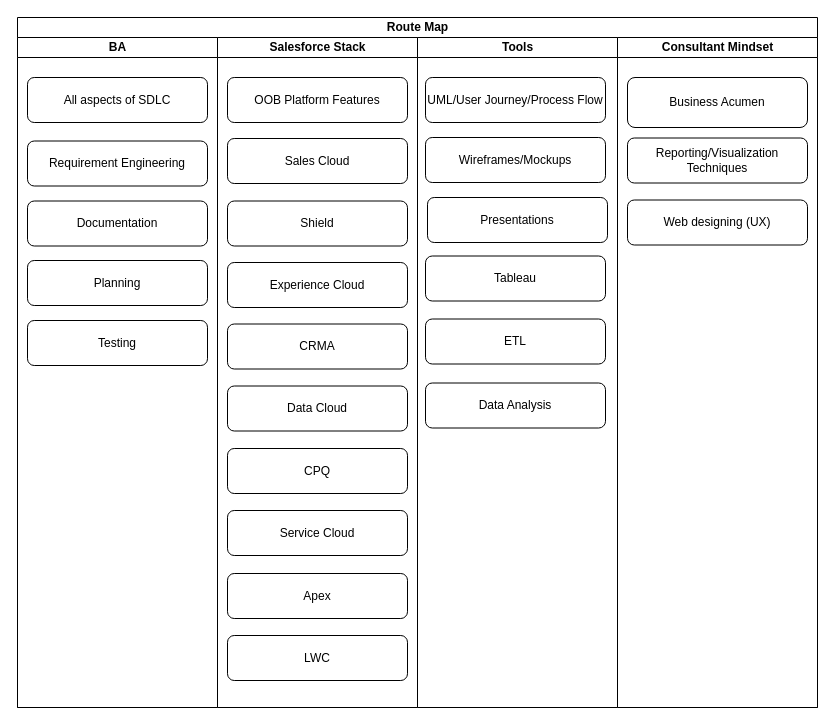
The draw.io diagram Untitled Diagram.drawio in devivaraprasad-ai/Hackathon_Uber_Fare_Prediction, before the edit. Source tidied: cells renumbered, new cells numbered last; positions are measured from the earlier drawing's top-left corner, leaving out a move shared by most shapes. Both pictures are drawn from the tidied source at 100%, with x=0, y=0 at pixel (17, 17).
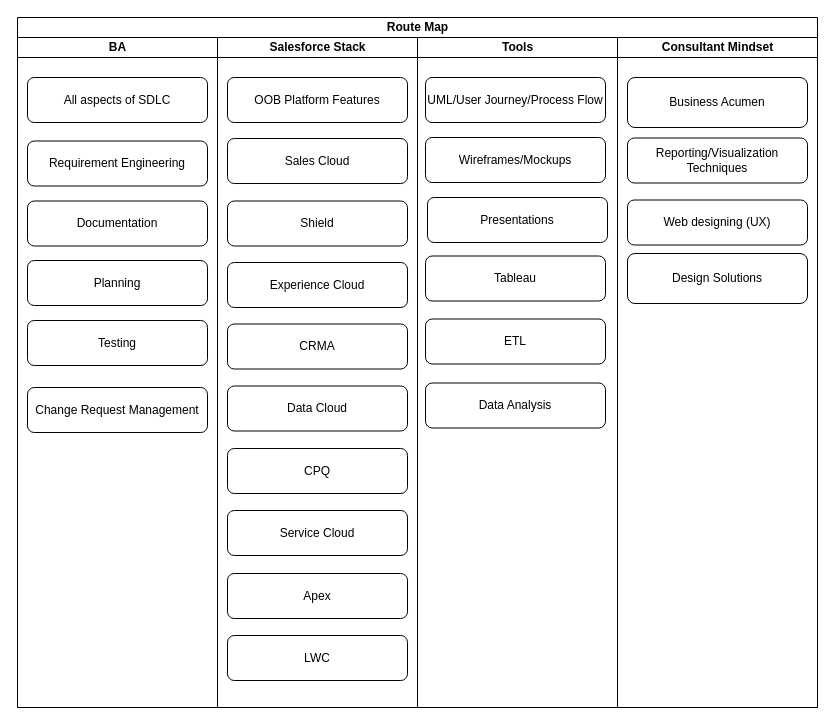
The same diagram, later.

The change refers to these unchanged cells:
```xml
<mxCell id="3" value="BA" style="swimlane;startSize=20;html=1;swimlaneFillColor=#FFFFFF;strokeColor=default;" parent="2" vertex="1">
  <mxGeometry y="20" width="200" height="670" as="geometry" />
</mxCell>
<mxCell id="27" value="Consultant Mindset" style="swimlane;startSize=20;html=1;swimlaneFillColor=#FFFFFF;strokeColor=default;" parent="2" vertex="1">
  <mxGeometry x="600" y="20" width="200" height="670" as="geometry" />
</mxCell>
```

Diff of the diagram source:
```diff
@@
+    <mxCell id="31" value="Change Request Management" style="text;html=1;align=center;verticalAlign=middle;whiteSpace=wrap;rounded=1;glass=0;strokeWidth=1;labelBackgroundColor=none;swimlaneFillColor=none;strokeColor=default;" parent="3" vertex="1">
+      <mxGeometry x="10" y="350" width="180" height="45" as="geometry" />
+    </mxCell>
@@
+    <mxCell id="32" value="Design Solutions" style="text;html=1;align=center;verticalAlign=middle;whiteSpace=wrap;rounded=1;glass=0;strokeWidth=1;strokeColor=default;labelBackgroundColor=none;" parent="27" vertex="1">
+      <mxGeometry x="10" y="216" width="180" height="50" as="geometry" />
+    </mxCell>
```
